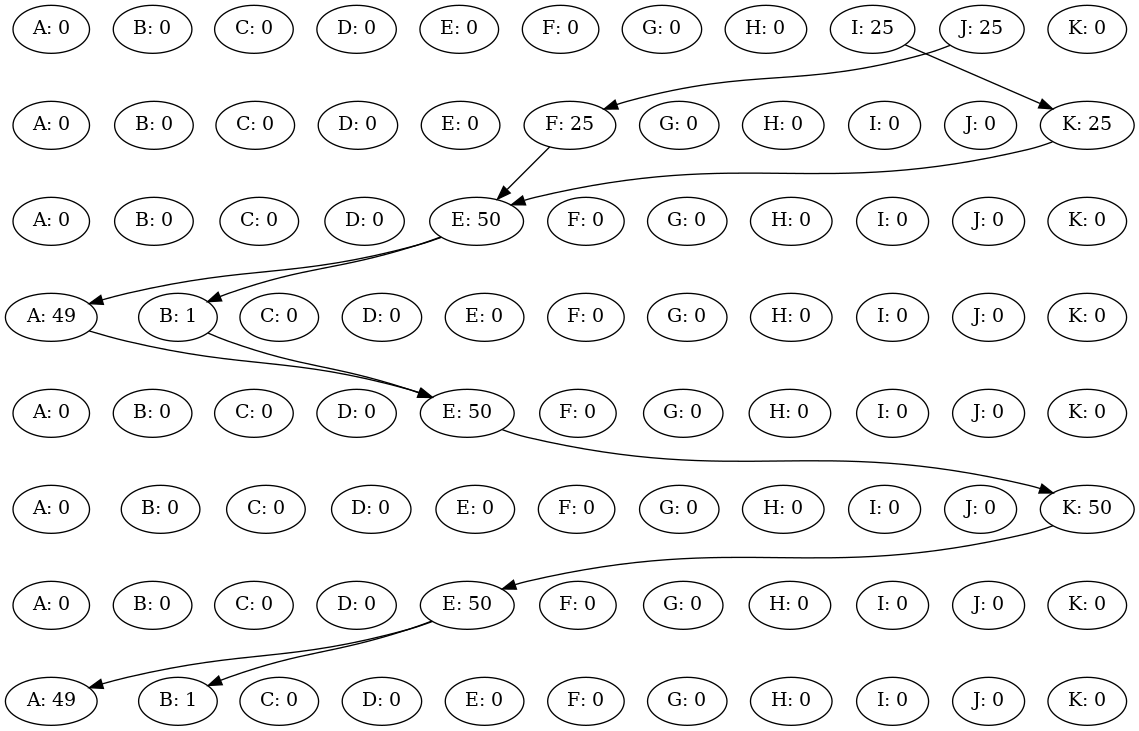
Before: originalplans.png, a diagram exported from Graphviz (TieneSabor/slugs_swarmPlanner). Its source is kept beside it as originalPlans.dot.
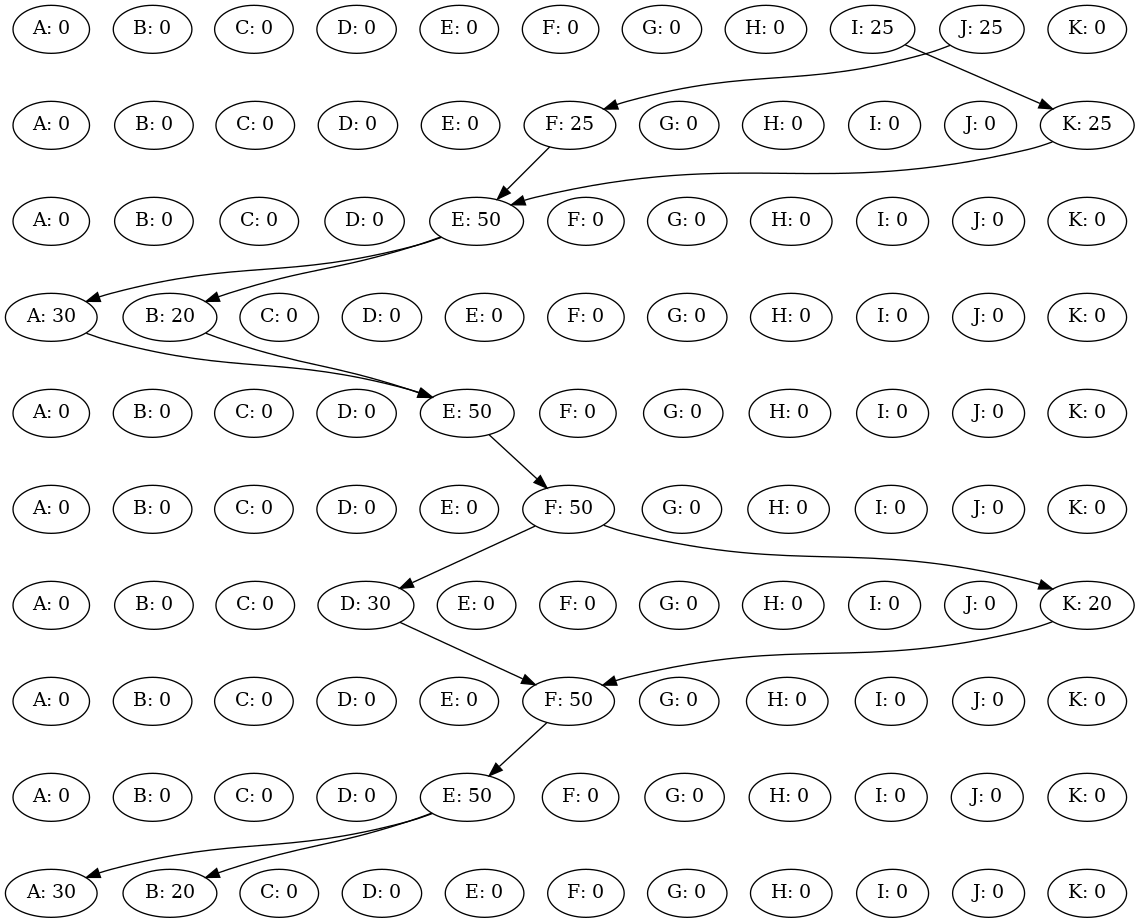
Above is the later version.

The edit, as a diff of the source:
```diff
@@ -36,8 +36,8 @@
 K2 [label="K: 0"];
 rank = same {A2 -> B2 -> C2 -> D2 -> E2 -> F2 -> G2 -> H2 -> I2 -> J2 -> K2 [style=invis] }F1 -> E2
 K1 -> E2
-A3 [label="A: 49"];
-B3 [label="B: 1"];
+A3 [label="A: 30"];
+B3 [label="B: 20"];
 C3 [label="C: 0"];
 D3 [label="D: 0"];
 E3 [label="E: 0"];
@@ -67,38 +67,64 @@
 C5 [label="C: 0"];
 D5 [label="D: 0"];
 E5 [label="E: 0"];
-F5 [label="F: 0"];
+F5 [label="F: 50"];
 G5 [label="G: 0"];
 H5 [label="H: 0"];
 I5 [label="I: 0"];
 J5 [label="J: 0"];
-K5 [label="K: 50"];
-rank = same {A5 -> B5 -> C5 -> D5 -> E5 -> F5 -> G5 -> H5 -> I5 -> J5 -> K5 [style=invis] }E4 -> K5
+K5 [label="K: 0"];
+rank = same {A5 -> B5 -> C5 -> D5 -> E5 -> F5 -> G5 -> H5 -> I5 -> J5 -> K5 [style=invis] }E4 -> F5
 A6 [label="A: 0"];
 B6 [label="B: 0"];
 C6 [label="C: 0"];
-D6 [label="D: 0"];
-E6 [label="E: 50"];
+D6 [label="D: 30"];
+E6 [label="E: 0"];
 F6 [label="F: 0"];
 G6 [label="G: 0"];
 H6 [label="H: 0"];
 I6 [label="I: 0"];
 J6 [label="J: 0"];
-K6 [label="K: 0"];
-rank = same {A6 -> B6 -> C6 -> D6 -> E6 -> F6 -> G6 -> H6 -> I6 -> J6 -> K6 [style=invis] }K5 -> E6
-A7 [label="A: 49"];
-B7 [label="B: 1"];
+K6 [label="K: 20"];
+rank = same {A6 -> B6 -> C6 -> D6 -> E6 -> F6 -> G6 -> H6 -> I6 -> J6 -> K6 [style=invis] }F5 -> D6
+F5 -> K6
+A7 [label="A: 0"];
+B7 [label="B: 0"];
 C7 [label="C: 0"];
 D7 [label="D: 0"];
 E7 [label="E: 0"];
-F7 [label="F: 0"];
+F7 [label="F: 50"];
 G7 [label="G: 0"];
 H7 [label="H: 0"];
 I7 [label="I: 0"];
 J7 [label="J: 0"];
 K7 [label="K: 0"];
-rank = same {A7 -> B7 -> C7 -> D7 -> E7 -> F7 -> G7 -> H7 -> I7 -> J7 -> K7 [style=invis] }E6 -> A7
-E6 -> B7
-A0 -> A1 -> A2 -> A3 -> A4 -> A5 -> A6 -> A7 [ style=invis; weight=1000 ]
-K0 -> K1 -> K2 -> K3 -> K4 -> K5 -> K6 -> K7 [ style=invis; weight=1000 ]
+rank = same {A7 -> B7 -> C7 -> D7 -> E7 -> F7 -> G7 -> H7 -> I7 -> J7 -> K7 [style=invis] }D6 -> F7
+K6 -> F7
+A8 [label="A: 0"];
+B8 [label="B: 0"];
+C8 [label="C: 0"];
+D8 [label="D: 0"];
+E8 [label="E: 50"];
+F8 [label="F: 0"];
+G8 [label="G: 0"];
+H8 [label="H: 0"];
+I8 [label="I: 0"];
+J8 [label="J: 0"];
+K8 [label="K: 0"];
+rank = same {A8 -> B8 -> C8 -> D8 -> E8 -> F8 -> G8 -> H8 -> I8 -> J8 -> K8 [style=invis] }F7 -> E8
+A9 [label="A: 30"];
+B9 [label="B: 20"];
+C9 [label="C: 0"];
+D9 [label="D: 0"];
+E9 [label="E: 0"];
+F9 [label="F: 0"];
+G9 [label="G: 0"];
+H9 [label="H: 0"];
+I9 [label="I: 0"];
+J9 [label="J: 0"];
+K9 [label="K: 0"];
+rank = same {A9 -> B9 -> C9 -> D9 -> E9 -> F9 -> G9 -> H9 -> I9 -> J9 -> K9 [style=invis] }E8 -> A9
+E8 -> B9
+A0 -> A1 -> A2 -> A3 -> A4 -> A5 -> A6 -> A7 -> A8 -> A9 [ style=invis; weight=1000 ]
+K0 -> K1 -> K2 -> K3 -> K4 -> K5 -> K6 -> K7 -> K8 -> K9 [ style=invis; weight=1000 ]
 }
```
